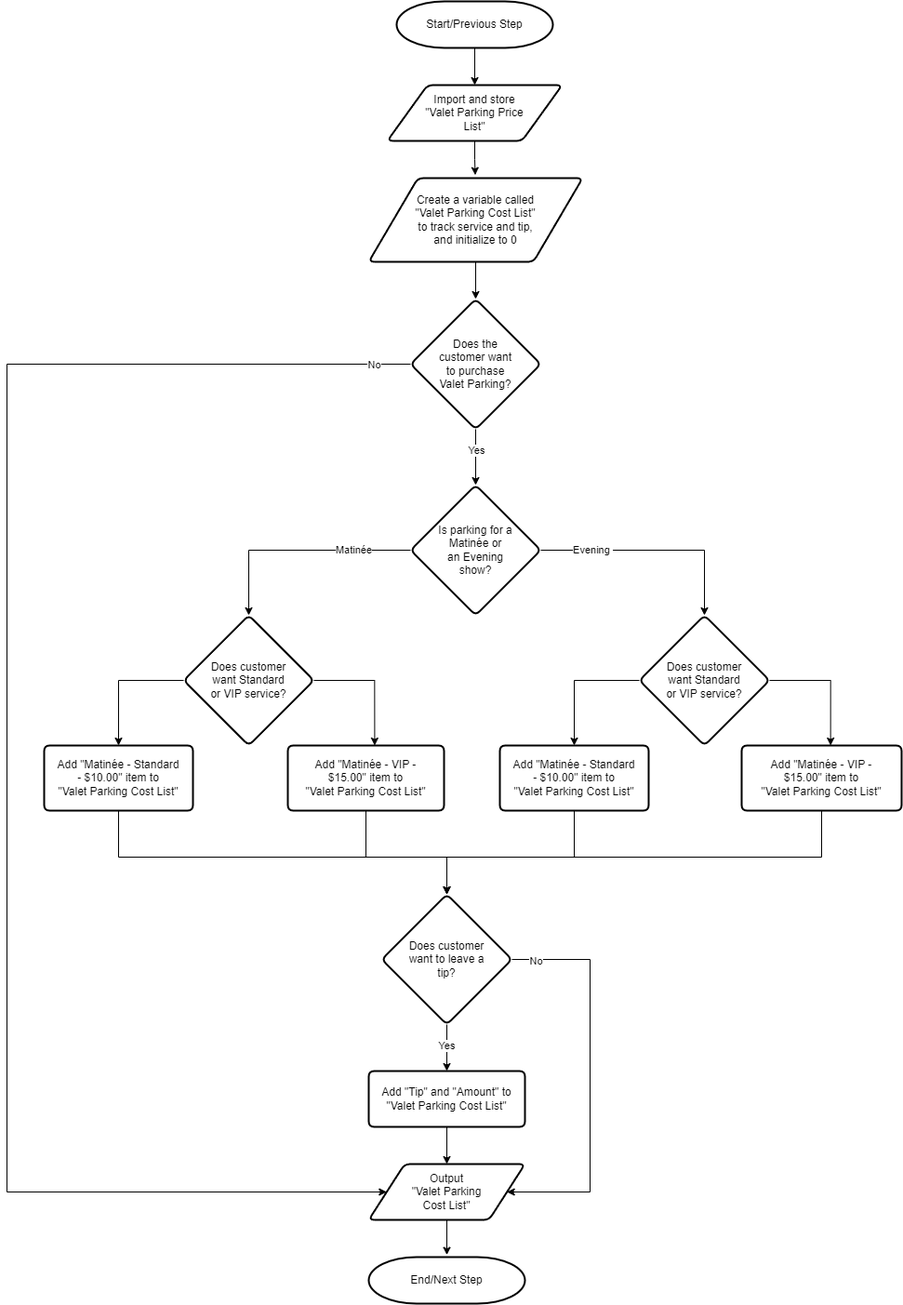
Before: APS145NFF/W5/logic3-Luca Novello_part5.png, a diagram exported from draw.io (lucanovello/Winter-2024). Source tidied: cells renumbered, new cells last; positions are measured from the earlier drawing's top-left corner, leaving out a move shared by most shapes.
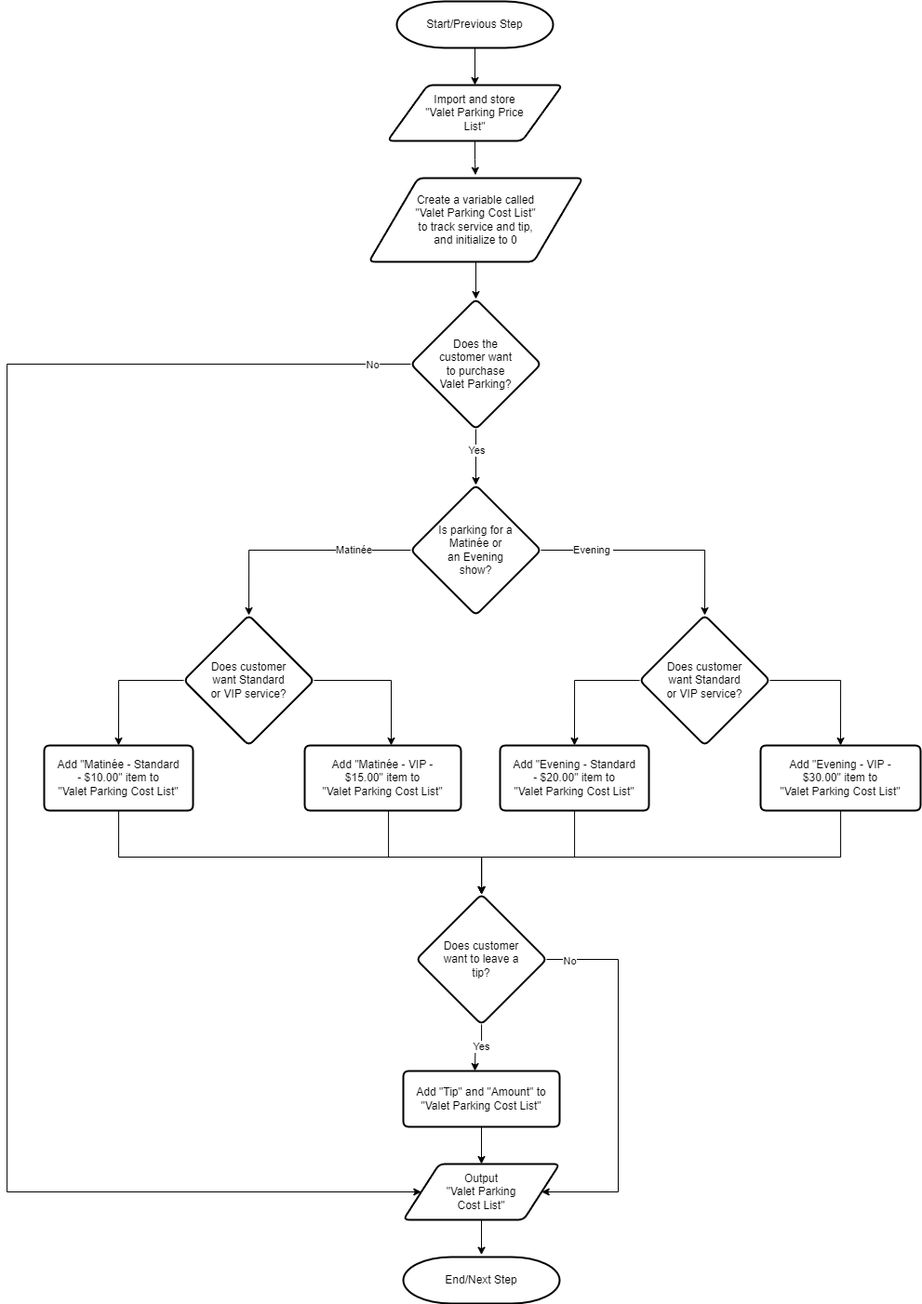
Later version of the same file.

The edit, as a diff of the source:
```diff
@@ -40,7 +40,7 @@
       <mxGeometry relative="1" as="geometry" />
     </mxCell>
     <mxCell id="12" value="Output &quot;Valet&amp;nbsp;Parking Cost&amp;nbsp;List&quot;" style="shape=parallelogram;html=1;strokeWidth=2;perimeter=parallelogramPerimeter;whiteSpace=wrap;rounded=1;arcSize=12;size=0.23;spacing=20;spacingTop=20;spacingBottom=20;spacingLeft=30;spacingRight=30;" parent="1" vertex="1">
-      <mxGeometry x="389" y="1250" width="168" height="60" as="geometry" />
+      <mxGeometry x="426" y="1250" width="168" height="60" as="geometry" />
     </mxCell>
     <mxCell id="13" style="edgeStyle=orthogonalEdgeStyle;rounded=0;jettySize=auto;html=1;entryX=0.498;entryY=-0.037;entryDx=0;entryDy=0;entryPerimeter=0;" parent="1" edge="1" source="14" target="10">
       <mxGeometry relative="1" as="geometry" />
@@ -49,11 +49,11 @@
       <mxGeometry x="409" y="90" width="188" height="60" as="geometry" />
     </mxCell>
     <mxCell id="15" value="End/Next Step" style="strokeWidth=2;html=1;shape=mxgraph.flowchart.terminator;whiteSpace=wrap;spacing=20;spacingTop=5;spacingBottom=5;spacingLeft=5;spacingRight=5;" parent="1" vertex="1">
-      <mxGeometry x="389" y="1350" width="168" height="50" as="geometry" />
+      <mxGeometry x="426" y="1350" width="168" height="50" as="geometry" />
     </mxCell>
     <mxCell id="16" style="edgeStyle=orthogonalEdgeStyle;rounded=0;jettySize=auto;html=1;" parent="1" edge="1" source="20">
       <mxGeometry relative="1" as="geometry">
-        <mxPoint x="473" y="1150" as="targetPoint" />
+        <mxPoint x="503" y="1150" as="targetPoint" />
       </mxGeometry>
     </mxCell>
     <mxCell id="17" value="Yes" style="edgeLabel;html=1;align=center;verticalAlign=middle;" parent="16" vertex="1">
@@ -62,8 +62,8 @@
     <mxCell id="18" style="edgeStyle=orthogonalEdgeStyle;rounded=0;jettySize=auto;html=1;entryX=1;entryY=0.5;entryDx=0;entryDy=0;" parent="1" edge="1" source="20" target="12">
       <mxGeometry relative="1" as="geometry">
         <Array as="points">
-          <mxPoint x="627" y="1030" />
-          <mxPoint x="627" y="1280" />
+          <mxPoint x="657" y="1030" />
+          <mxPoint x="657" y="1280" />
         </Array>
       </mxGeometry>
     </mxCell>
@@ -71,7 +71,7 @@
       <mxGeometry x="-0.88" y="-1" relative="1" as="geometry" />
     </mxCell>
     <mxCell id="20" value="&lt;p style=&quot;line-height: 120%;&quot;&gt;Does customer want to leave a tip?&lt;br&gt;&lt;/p&gt;" style="rhombus;whiteSpace=wrap;html=1;strokeWidth=2;rounded=1;arcSize=12;verticalAlign=middle;horizontal=1;spacing=21;spacingBottom=5;spacingTop=5;spacingLeft=5;spacingRight=5;" parent="1" vertex="1">
-      <mxGeometry x="403" y="960" width="140" height="140" as="geometry" />
+      <mxGeometry x="440" y="960" width="140" height="140" as="geometry" />
     </mxCell>
     <mxCell id="21" style="edgeStyle=orthogonalEdgeStyle;rounded=0;jettySize=auto;html=1;entryX=0.5;entryY=0;entryDx=0;entryDy=0;exitX=1;exitY=0.5;exitDx=0;exitDy=0;" parent="1" edge="1" source="25" target="33">
       <mxGeometry relative="1" as="geometry">
@@ -110,7 +110,8 @@
       <mxGeometry relative="1" as="geometry">
         <Array as="points">
           <mxPoint x="120" y="920" />
-          <mxPoint x="473" y="920" />
+          <mxPoint x="510" y="920" />
+          <mxPoint x="510" y="960" />
         </Array>
       </mxGeometry>
     </mxCell>
@@ -120,21 +121,30 @@
     <mxCell id="30" style="edgeStyle=orthogonalEdgeStyle;rounded=0;jettySize=auto;html=1;entryX=0.5;entryY=0;entryDx=0;entryDy=0;" parent="1" edge="1" source="31" target="20">
       <mxGeometry relative="1" as="geometry">
         <Array as="points">
-          <mxPoint x="386" y="920" />
-          <mxPoint x="473" y="920" />
+          <mxPoint x="410" y="920" />
+          <mxPoint x="510" y="920" />
+          <mxPoint x="510" y="960" />
         </Array>
       </mxGeometry>
     </mxCell>
     <mxCell id="31" value="Add &quot;Matinée - VIP - $15.00&quot; item to &quot;Valet&amp;nbsp;Parking Cost List&quot;" style="shape=parallelogram;html=1;strokeWidth=2;perimeter=parallelogramPerimeter;whiteSpace=wrap;rounded=1;arcSize=12;size=0;spacing=12;spacingLeft=0;spacingRight=0;" parent="1" vertex="1">
-      <mxGeometry x="302" y="800" width="168" height="70" as="geometry" />
+      <mxGeometry x="320" y="800" width="168" height="70" as="geometry" />
     </mxCell>
     <mxCell id="32" style="edgeStyle=orthogonalEdgeStyle;rounded=0;jettySize=auto;html=1;entryX=0.556;entryY=0;entryDx=0;entryDy=0;entryPerimeter=0;" parent="1" edge="1" source="26" target="31">
       <mxGeometry relative="1" as="geometry">
         <Array as="points">
-          <mxPoint x="396" y="730" />
+          <mxPoint x="413" y="730" />
+          <mxPoint x="413" y="800" />
         </Array>
       </mxGeometry>
     </mxCell>
+    <mxCell id="39" style="edgeStyle=orthogonalEdgeStyle;rounded=0;jettySize=auto;html=1;entryX=0.5;entryY=0;entryDx=0;entryDy=0;" parent="1" edge="1" source="33" target="38">
+      <mxGeometry relative="1" as="geometry">
+        <Array as="points">
+          <mxPoint x="896" y="730" />
+        </Array>
+      </mxGeometry>
+    </mxCell>
     <mxCell id="33" value="&lt;p style=&quot;line-height: 120%;&quot;&gt;Does customer want Standard or VIP service?&lt;/p&gt;" style="rhombus;whiteSpace=wrap;html=1;strokeWidth=2;rounded=1;arcSize=12;verticalAlign=middle;horizontal=1;spacing=21;spacingBottom=5;spacingTop=5;spacingLeft=5;spacingRight=5;" parent="1" vertex="1">
       <mxGeometry x="680" y="660" width="140" height="140" as="geometry" />
     </mxCell>
@@ -149,36 +159,31 @@
       <mxGeometry relative="1" as="geometry">
         <Array as="points">
           <mxPoint x="610" y="920" />
-          <mxPoint x="473" y="920" />
+          <mxPoint x="510" y="920" />
+          <mxPoint x="510" y="960" />
         </Array>
       </mxGeometry>
     </mxCell>
-    <mxCell id="36" value="Add &quot;Matinée - Standard - $10.00&quot; item to &quot;Valet&amp;nbsp;Parking Cost List&quot;" style="shape=parallelogram;html=1;strokeWidth=2;perimeter=parallelogramPerimeter;whiteSpace=wrap;rounded=1;arcSize=12;size=0;spacing=12;spacingLeft=0;spacingRight=0;" parent="1" vertex="1">
+    <mxCell id="36" value="Add &quot;Evening&amp;nbsp;- Standard - $20.00&quot; item to &quot;Valet&amp;nbsp;Parking Cost List&quot;" style="shape=parallelogram;html=1;strokeWidth=2;perimeter=parallelogramPerimeter;whiteSpace=wrap;rounded=1;arcSize=12;size=0;spacing=12;spacingLeft=0;spacingRight=0;" parent="1" vertex="1">
       <mxGeometry x="530" y="800" width="160" height="70" as="geometry" />
     </mxCell>
     <mxCell id="37" style="edgeStyle=orthogonalEdgeStyle;rounded=0;jettySize=auto;html=1;entryX=0.5;entryY=0;entryDx=0;entryDy=0;" parent="1" edge="1" source="38" target="20">
       <mxGeometry relative="1" as="geometry">
         <Array as="points">
-          <mxPoint x="876" y="920" />
-          <mxPoint x="473" y="920" />
+          <mxPoint x="896" y="920" />
+          <mxPoint x="510" y="920" />
+          <mxPoint x="510" y="960" />
         </Array>
       </mxGeometry>
     </mxCell>
-    <mxCell id="38" value="Add &quot;Matinée - VIP - $15.00&quot; item to &quot;Valet&amp;nbsp;Parking Cost List&quot;" style="shape=parallelogram;html=1;strokeWidth=2;perimeter=parallelogramPerimeter;whiteSpace=wrap;rounded=1;arcSize=12;size=0;spacing=12;spacingLeft=0;spacingRight=0;" parent="1" vertex="1">
-      <mxGeometry x="790" y="800" width="172" height="70" as="geometry" />
+    <mxCell id="38" value="Add &quot;Evening&amp;nbsp;- VIP - $30.00&quot; item to &quot;Valet&amp;nbsp;Parking Cost List&quot;" style="shape=parallelogram;html=1;strokeWidth=2;perimeter=parallelogramPerimeter;whiteSpace=wrap;rounded=1;arcSize=12;size=0;spacing=12;spacingLeft=0;spacingRight=0;" parent="1" vertex="1">
+      <mxGeometry x="810" y="800" width="172" height="70" as="geometry" />
     </mxCell>
-    <mxCell id="39" style="edgeStyle=orthogonalEdgeStyle;rounded=0;jettySize=auto;html=1;entryX=0.556;entryY=0;entryDx=0;entryDy=0;entryPerimeter=0;" parent="1" edge="1" source="33" target="38">
-      <mxGeometry relative="1" as="geometry">
-        <Array as="points">
-          <mxPoint x="886" y="730" />
-        </Array>
-      </mxGeometry>
-    </mxCell>
     <mxCell id="40" style="edgeStyle=orthogonalEdgeStyle;rounded=0;jettySize=auto;html=1;" parent="1" edge="1" source="41" target="12">
       <mxGeometry relative="1" as="geometry" />
     </mxCell>
     <mxCell id="41" value="Add &quot;Tip&quot; and &quot;Amount&quot; to &quot;Valet&amp;nbsp;Parking Cost List&quot;" style="shape=parallelogram;html=1;strokeWidth=2;perimeter=parallelogramPerimeter;whiteSpace=wrap;rounded=1;arcSize=12;size=0;spacing=12;spacingLeft=0;spacingRight=0;" parent="1" vertex="1">
-      <mxGeometry x="389" y="1150" width="168" height="60" as="geometry" />
+      <mxGeometry x="426" y="1150" width="168" height="60" as="geometry" />
     </mxCell>
   </root>
 </mxGraphModel>
```
